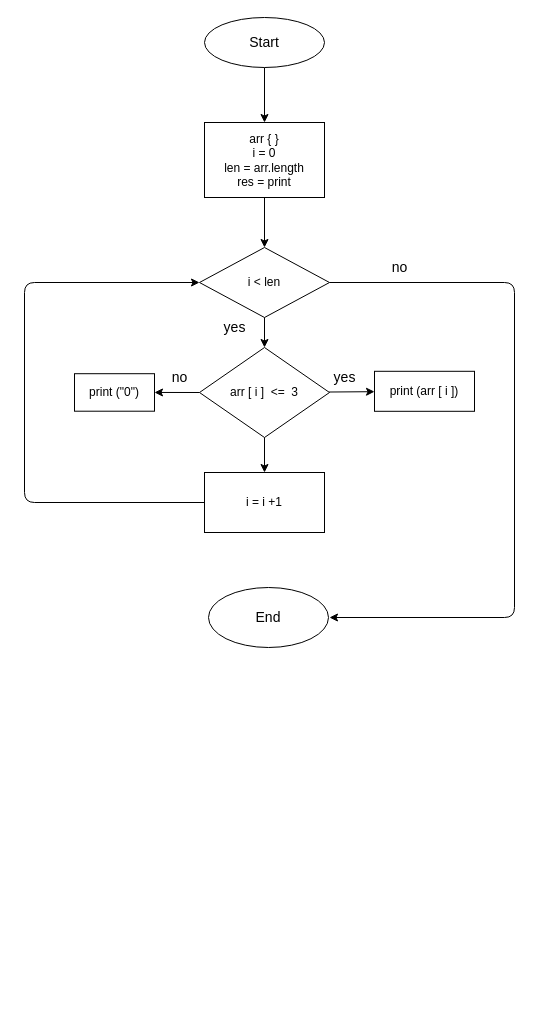
This is test.drawio from alermekov/TestWork1, a draw.io file, before an edit. Source tidied: cells renumbered, new cells numbered last; positions are measured from the earlier drawing's top-left corner, leaving out a move shared by most shapes. Both pictures are drawn from the tidied source at 100%, with x=0, y=0 at pixel (24, 17).
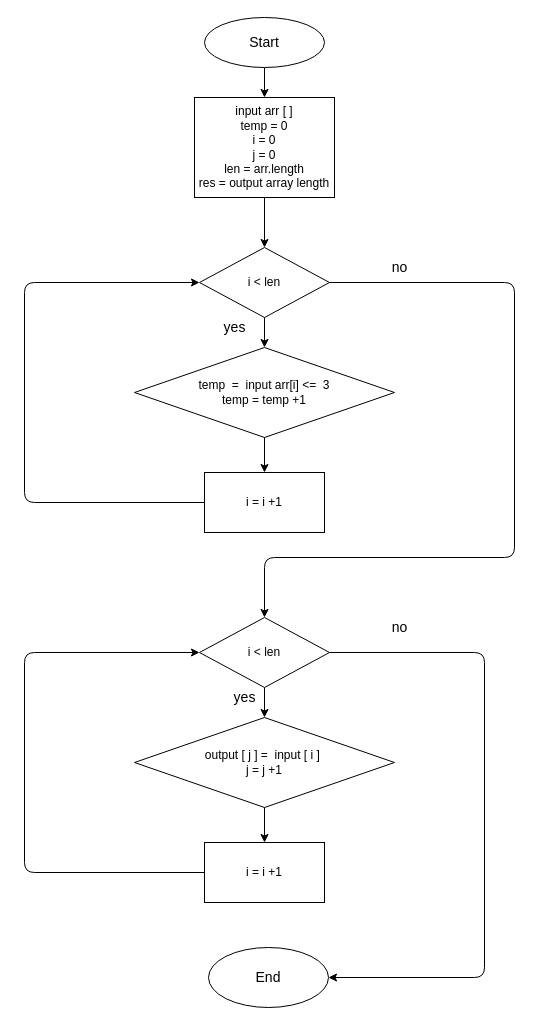
The same diagram, later.

The change refers to these unchanged cells:
```xml
<mxCell id="9" value="i &amp;lt; len" style="rhombus;whiteSpace=wrap;html=1;" parent="1" vertex="1">
  <mxGeometry x="175" y="230" width="130" height="70" as="geometry" />
</mxCell>
```

Change to the diagram source:
```diff
@@
-    <mxCell id="5" value="arr { }&lt;br&gt;i = 0&lt;br&gt;len = arr.length&lt;br&gt;res = print" style="whiteSpace=wrap;html=1;" parent="1" vertex="1">
-      <mxGeometry x="180" y="105" width="120" height="75" as="geometry" />
+    <mxCell id="5" value="input arr [ ]&lt;br&gt;temp = 0&lt;br&gt;i = 0&lt;br&gt;j = 0&lt;br&gt;len = arr.length&lt;br&gt;res = output array length" style="whiteSpace=wrap;html=1;" parent="1" vertex="1">
+      <mxGeometry x="170" y="80" width="140" height="100" as="geometry" />
     </mxCell>
-    <mxCell id="6" style="edgeStyle=none;html=1;fontSize=14;" parent="1" edge="1" source="7" target="11">
-      <mxGeometry relative="1" as="geometry" />
-    </mxCell>
-    <mxCell id="7" value="arr [ i ]&amp;nbsp; &amp;lt;=&amp;nbsp; 3" style="rhombus;whiteSpace=wrap;html=1;" parent="1" vertex="1">
-      <mxGeometry x="175" y="330" width="130" height="90" as="geometry" />
+    <mxCell id="7" value="temp&amp;nbsp; =&amp;nbsp; input arr[i] &amp;lt;=&amp;nbsp; 3&lt;br&gt;temp = temp +1" style="rhombus;whiteSpace=wrap;html=1;" parent="1" vertex="1">
+      <mxGeometry x="110" y="330" width="260" height="90" as="geometry" />
     </mxCell>
@@
-    <mxCell id="10" value="print (&quot;0&quot;)" style="whiteSpace=wrap;html=1;" parent="1" vertex="1">
-      <mxGeometry x="50" y="356.2" width="80" height="37.5" as="geometry" />
-    </mxCell>
-    <mxCell id="11" value="print (arr [ i ])" style="whiteSpace=wrap;html=1;" parent="1" vertex="1">
-      <mxGeometry x="350" y="353.8" width="100" height="40" as="geometry" />
-    </mxCell>
@@
-    <mxCell id="13" value="yes" style="text;html=1;align=center;verticalAlign=middle;strokeColor=none;fillColor=none;fontSize=14;" parent="1" vertex="1">
-      <mxGeometry x="300" y="350" width="40" height="20" as="geometry" />
-    </mxCell>
-    <mxCell id="14" value="no" style="text;html=1;align=center;verticalAlign=middle;strokeColor=none;fillColor=none;fontSize=14;" parent="1" vertex="1">
-      <mxGeometry x="140" y="350" width="30" height="20" as="geometry" />
-    </mxCell>
-    <mxCell id="15" style="endArrow=classic;html=1;fontSize=14;exitX=0;exitY=0.5;exitDx=0;exitDy=0;entryX=1;entryY=0.5;entryDx=0;entryDy=0;" parent="1" edge="1" source="7" target="10">
-      <mxGeometry relative="1" as="geometry" />
-    </mxCell>
@@
-    <mxCell id="18" style="endArrow=classic;html=1;fontSize=14;exitX=1;exitY=0.5;exitDx=0;exitDy=0;" parent="1" edge="1" source="9">
+    <mxCell id="18" style="endArrow=classic;html=1;fontSize=14;exitX=1;exitY=0.5;exitDx=0;exitDy=0;entryX=0.5;entryY=0;entryDx=0;entryDy=0;" parent="1" edge="1" source="9" target="24">
       <mxGeometry relative="1" as="geometry">
-        <mxPoint x="305" y="600" as="targetPoint" />
         <Array as="points">
           <mxPoint x="490" y="265" />
-          <mxPoint x="490" y="600" />
+          <mxPoint x="490" y="540" />
+          <mxPoint x="240" y="540" />
         </Array>
       </mxGeometry>
     </mxCell>
     <mxCell id="19" value="End" style="ellipse;whiteSpace=wrap;html=1;fontSize=14;" parent="1" vertex="1">
-      <mxGeometry x="184" y="570" width="120" height="60" as="geometry" />
+      <mxGeometry x="184" y="930" width="120" height="60" as="geometry" />
     </mxCell>
@@
+    <mxCell id="22" value="output [ j ] =&amp;nbsp; input [ i ]&amp;nbsp;&lt;br&gt;j = j +1" style="rhombus;whiteSpace=wrap;html=1;" parent="1" vertex="1">
+      <mxGeometry x="110" y="700" width="260" height="90" as="geometry" />
+    </mxCell>
+    <mxCell id="23" value="i = i +1" style="whiteSpace=wrap;html=1;" parent="1" vertex="1">
+      <mxGeometry x="180" y="825" width="120" height="60" as="geometry" />
+    </mxCell>
+    <mxCell id="24" value="i &amp;lt; len" style="rhombus;whiteSpace=wrap;html=1;" parent="1" vertex="1">
+      <mxGeometry x="175" y="600" width="130" height="70" as="geometry" />
+    </mxCell>
+    <mxCell id="25" style="endArrow=classic;html=1;fontSize=14;entryX=0.5;entryY=0;entryDx=0;entryDy=0;" parent="1" edge="1" target="22">
+      <mxGeometry relative="1" as="geometry">
+        <mxPoint x="240" y="670" as="sourcePoint" />
+      </mxGeometry>
+    </mxCell>
+    <mxCell id="26" style="endArrow=classic;html=1;fontSize=14;exitX=0.5;exitY=1;exitDx=0;exitDy=0;entryX=0.5;entryY=0;entryDx=0;entryDy=0;" parent="1" edge="1" source="22" target="23">
+      <mxGeometry relative="1" as="geometry" />
+    </mxCell>
+    <mxCell id="27" style="endArrow=classic;html=1;exitX=0;exitY=0.5;exitDx=0;exitDy=0;entryX=0;entryY=0.5;entryDx=0;entryDy=0;" parent="1" edge="1" source="23" target="24">
+      <mxGeometry relative="1" as="geometry">
+        <Array as="points">
+          <mxPoint y="855" />
+          <mxPoint y="635" />
+        </Array>
+      </mxGeometry>
+    </mxCell>
+    <mxCell id="28" style="endArrow=classic;html=1;exitX=1;exitY=0.5;exitDx=0;exitDy=0;entryX=1;entryY=0.5;entryDx=0;entryDy=0;" parent="1" edge="1" source="24" target="19">
+      <mxGeometry relative="1" as="geometry">
+        <Array as="points">
+          <mxPoint x="460" y="635" />
+          <mxPoint x="460" y="960" />
+        </Array>
+      </mxGeometry>
+    </mxCell>
+    <mxCell id="13" value="yes" style="text;html=1;align=center;verticalAlign=middle;strokeColor=none;fillColor=none;fontSize=14;" parent="1" vertex="1">
+      <mxGeometry x="200" y="670" width="40" height="20" as="geometry" />
+    </mxCell>
+    <mxCell id="14" value="no" style="text;html=1;align=center;verticalAlign=middle;strokeColor=none;fillColor=none;fontSize=14;" parent="1" vertex="1">
+      <mxGeometry x="360" y="600" width="30" height="20" as="geometry" />
+    </mxCell>
```
